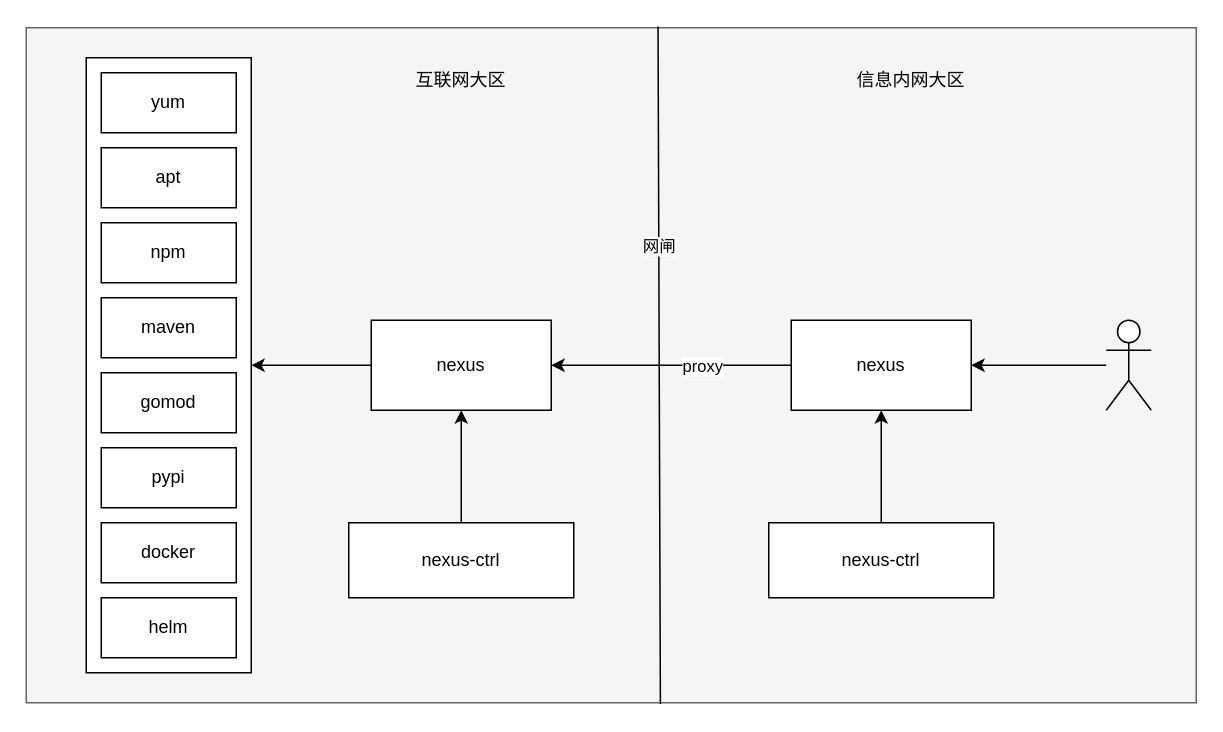
Before: page "第 3 页" (3 of 4) of ProductRepository.drawio in zzl-code/drawImg, a draw.io diagram. Source tidied: cells renumbered, new cells numbered last; positions are measured from the earlier drawing's top-left corner, leaving out a move shared by most shapes. Both pictures are drawn from the tidied source at 150%, with x=0, y=0 at pixel (26, 27).
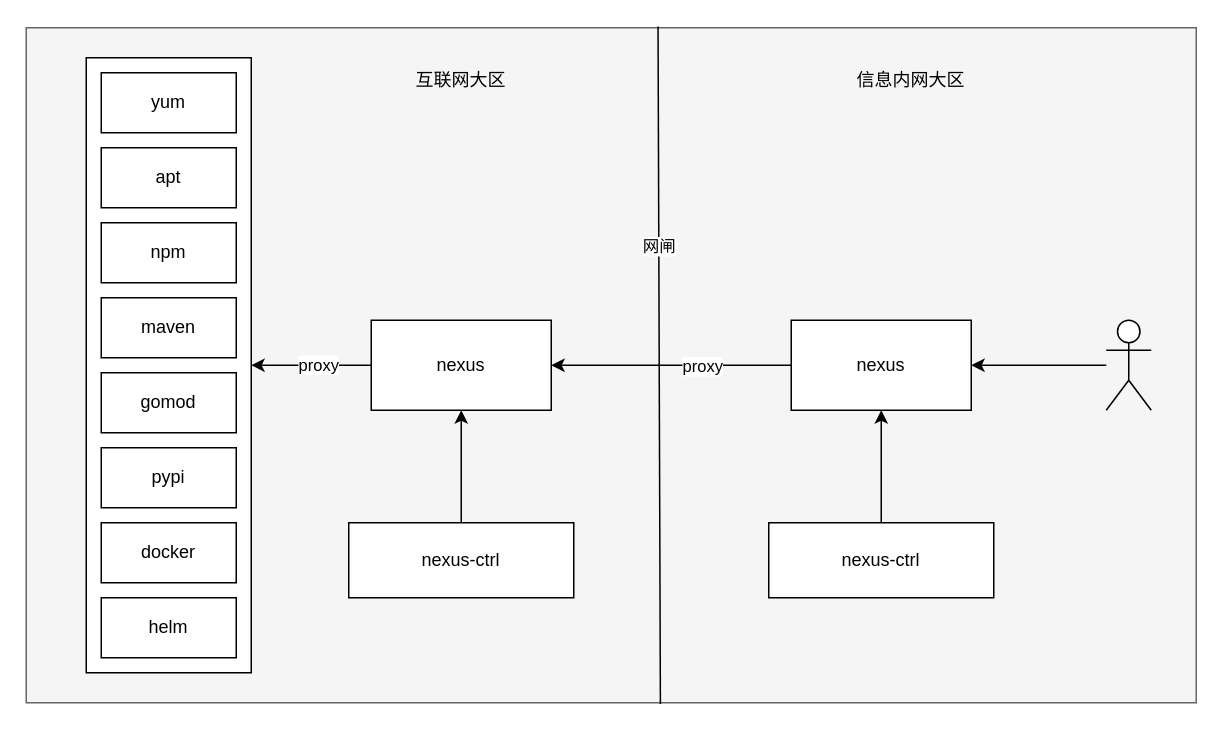
The same page after the edit.

Unchanged cells that the change refers to:
```xml
<mxCell id="3" style="edgeStyle=orthogonalEdgeStyle;rounded=0;jettySize=auto;html=1;entryX=1;entryY=0.5;entryDx=0;entryDy=0;" parent="1" edge="1" source="4" target="8">
  <mxGeometry relative="1" as="geometry" />
</mxCell>
```

The edit, as a diff of the source:
```diff
@@
+    <mxCell id="27" value="proxy" style="edgeLabel;html=1;align=center;verticalAlign=middle;" parent="3" vertex="1">
+      <mxGeometry x="-0.1" y="-1" relative="1" as="geometry" />
+    </mxCell>
```
